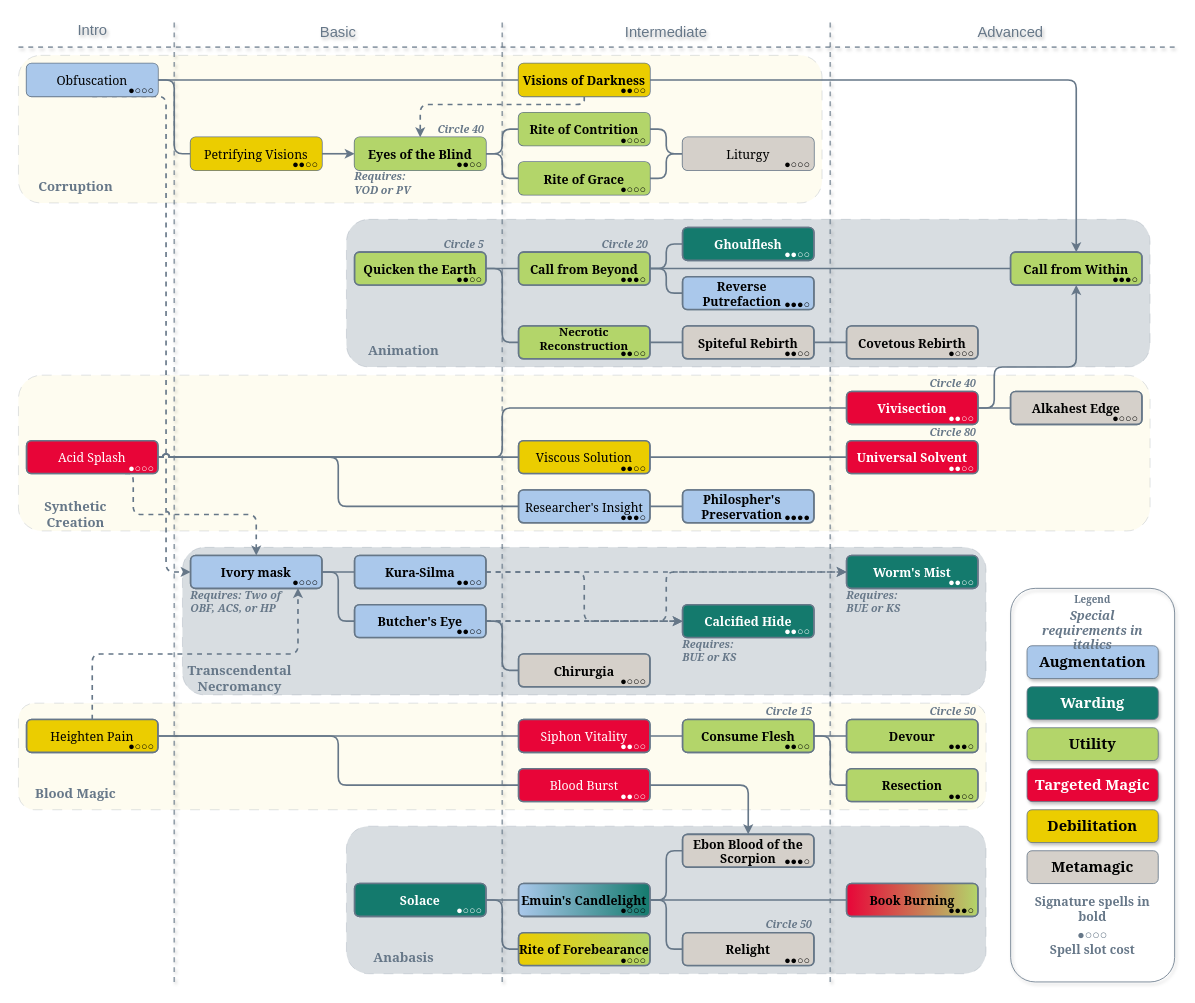
Before: Necromancer/Necromancer.drawio in MahtraDR/dr-spell-trees, a draw.io diagram. Source tidied: cells renumbered, new cells numbered last; positions are measured from the earlier drawing's top-left corner, leaving out a move shared by most shapes. Both pictures are drawn from the tidied source at 82%, with x=0, y=0 at pixel (18, 14).
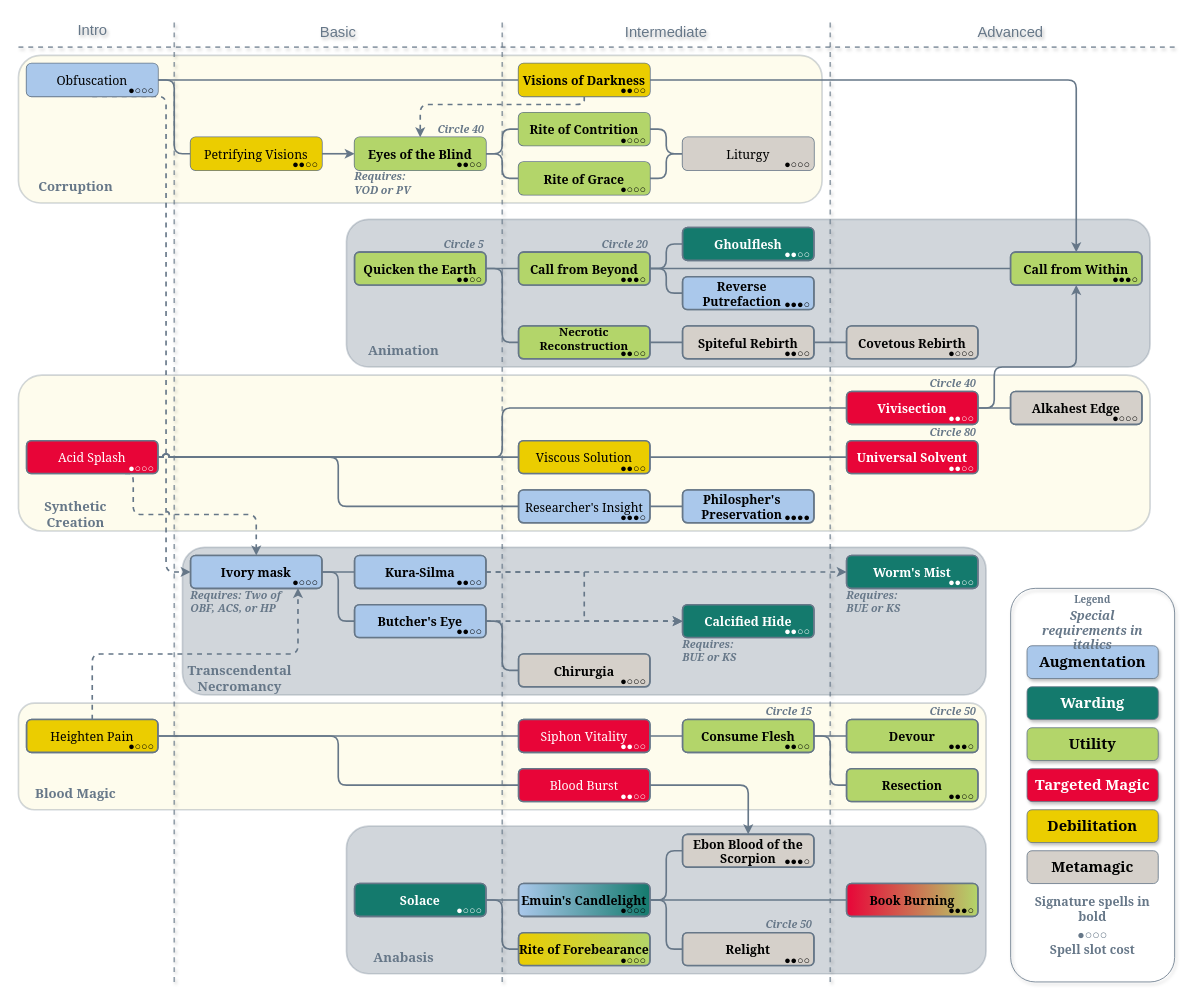
The same diagram, later.

Unchanged cells that the change refers to:
```xml
<mxCell id="53" style="rounded=1;whiteSpace=wrap;strokeWidth=2;strokeColor=#667788;textShadow=1;labelBackgroundColor=none;" parent="14" vertex="1">
  <mxGeometry x="1010" y="660" width="160" height="40" as="geometry" />
</mxCell>
<mxCell id="56" style="rounded=1;whiteSpace=wrap;strokeWidth=2;strokeColor=#667788;textShadow=1;labelBackgroundColor=none;" parent="14" vertex="1">
  <mxGeometry x="410" y="660" width="160" height="40" as="geometry" />
</mxCell>
<mxCell id="63" style="rounded=1;whiteSpace=wrap;strokeWidth=2;strokeColor=#667788;textShadow=1;labelBackgroundColor=none;" parent="14" vertex="1">
  <mxGeometry x="410" y="720" width="160" height="40" as="geometry" />
</mxCell>
<mxCell id="64" style="rounded=1;whiteSpace=wrap;strokeWidth=2;strokeColor=#667788;textShadow=1;labelBackgroundColor=none;" parent="14" vertex="1">
  <mxGeometry x="810" y="720" width="160" height="40" as="geometry" />
</mxCell>
```

The edit, as a diff of the source:
```diff
@@
-    <mxCell id="2" style="rounded=1;fontFamily=Helvetica;fontSize=11;fontColor=default;labelBackgroundColor=none;fillColor=#FCF4C4;dashed=1;dashPattern=12 12;strokeColor=#667788;opacity=25;glass=0;shadow=0;align=center;verticalAlign=middle;gradientColor=none;" parent="1" vertex="1">
+    <mxCell id="2" style="rounded=1;fontFamily=Helvetica;fontSize=11;fontColor=default;labelBackgroundColor=none;fillColor=#FCF4C4;strokeColor=#667788;opacity=30;glass=0;shadow=0;align=center;verticalAlign=middle;gradientColor=none;strokeWidth=2;" parent="1" vertex="1">
       <mxGeometry y="50" width="980" height="180" as="geometry" />
     </mxCell>
-    <mxCell id="3" style="rounded=1;fontFamily=Helvetica;fontSize=11;fontColor=default;labelBackgroundColor=none;fillColor=#667788;dashed=1;dashPattern=12 12;strokeColor=#667788;opacity=25;glass=0;shadow=0;align=center;verticalAlign=middle;gradientColor=none;" parent="1" vertex="1">
+    <mxCell id="3" style="rounded=1;fontFamily=Helvetica;fontSize=11;fontColor=default;labelBackgroundColor=none;fillColor=#667788;strokeColor=#667788;opacity=30;glass=0;shadow=0;align=center;verticalAlign=middle;gradientColor=none;strokeWidth=2;" parent="1" vertex="1">
       <mxGeometry x="400" y="250" width="980" height="180" as="geometry" />
     </mxCell>
-    <mxCell id="4" style="rounded=1;fontFamily=Helvetica;fontSize=11;fontColor=default;labelBackgroundColor=none;fillColor=#FCF4C4;dashed=1;dashPattern=12 12;strokeColor=#667788;opacity=25;glass=0;shadow=0;align=center;verticalAlign=middle;gradientColor=none;" parent="1" vertex="1">
+    <mxCell id="4" style="rounded=1;fontFamily=Helvetica;fontSize=11;fontColor=default;labelBackgroundColor=none;fillColor=#FCF4C4;strokeColor=#667788;opacity=30;glass=0;shadow=0;align=center;verticalAlign=middle;gradientColor=none;strokeWidth=2;" parent="1" vertex="1">
       <mxGeometry y="440" width="1380" height="190" as="geometry" />
     </mxCell>
-    <mxCell id="5" style="rounded=1;fontFamily=Helvetica;fontSize=11;fontColor=default;labelBackgroundColor=none;fillColor=#667788;dashed=1;dashPattern=12 12;strokeColor=#667788;opacity=25;glass=0;shadow=0;align=center;verticalAlign=middle;gradientColor=none;" parent="1" vertex="1">
+    <mxCell id="5" style="rounded=1;fontFamily=Helvetica;fontSize=11;fontColor=default;labelBackgroundColor=none;fillColor=#667788;strokeColor=#667788;opacity=30;glass=0;shadow=0;align=center;verticalAlign=middle;gradientColor=none;strokeWidth=2;" parent="1" vertex="1">
       <mxGeometry x="200" y="650" width="980" height="180" as="geometry" />
     </mxCell>
-    <mxCell id="6" style="rounded=1;fontFamily=Helvetica;fontSize=11;fontColor=default;labelBackgroundColor=none;fillColor=#FCF4C4;dashed=1;dashPattern=12 12;strokeColor=#667788;opacity=25;glass=0;shadow=0;align=center;verticalAlign=middle;gradientColor=none;" parent="1" vertex="1">
+    <mxCell id="6" style="rounded=1;fontFamily=Helvetica;fontSize=11;fontColor=default;labelBackgroundColor=none;fillColor=#FCF4C4;strokeColor=#667788;opacity=30;glass=0;shadow=0;align=center;verticalAlign=middle;gradientColor=none;strokeWidth=2;" parent="1" vertex="1">
       <mxGeometry y="840" width="1180" height="130" as="geometry" />
     </mxCell>
-    <mxCell id="7" style="rounded=1;fontFamily=Helvetica;fontSize=11;fontColor=default;labelBackgroundColor=none;fillColor=#667788;dashed=1;dashPattern=12 12;strokeColor=#667788;glass=0;perimeterSpacing=0;shadow=0;opacity=25;gradientColor=none;" parent="1" vertex="1">
+    <mxCell id="7" style="rounded=1;fontFamily=Helvetica;fontSize=11;fontColor=default;labelBackgroundColor=none;fillColor=#667788;strokeColor=#667788;glass=0;perimeterSpacing=0;shadow=0;opacity=30;gradientColor=none;strokeWidth=2;" parent="1" vertex="1">
       <mxGeometry x="400" y="990" width="780" height="180" as="geometry" />
     </mxCell>
@@
-    <mxCell id="54" style="edgeStyle=orthogonalEdgeStyle;shape=connector;curved=0;rounded=1;jumpStyle=arc;jettySize=auto;exitX=1;exitY=0.5;exitDx=0;exitDy=0;entryX=0;entryY=0.5;entryDx=0;entryDy=0;strokeColor=#667788;strokeWidth=2;align=center;verticalAlign=middle;fontFamily=Helvetica;fontSize=11;fontColor=default;labelBackgroundColor=none;endArrow=classic;dashed=1;textShadow=1;" parent="14" edge="1" source="56" target="53">
+    <mxCell id="54" style="edgeStyle=orthogonalEdgeStyle;rounded=0;jettySize=auto;html=1;exitX=1;exitY=0.5;exitDx=0;exitDy=0;strokeWidth=2;strokeColor=#667788;dashed=1;" parent="14" edge="1" source="56" target="53">
       <mxGeometry relative="1" as="geometry" />
     </mxCell>
-    <mxCell id="55" style="edgeStyle=orthogonalEdgeStyle;shape=connector;curved=0;rounded=1;jumpStyle=arc;jettySize=auto;exitX=1;exitY=0.5;exitDx=0;exitDy=0;entryX=0;entryY=0.5;entryDx=0;entryDy=0;strokeColor=#667788;strokeWidth=2;align=center;verticalAlign=middle;fontFamily=Helvetica;fontSize=11;fontColor=default;labelBackgroundColor=none;endArrow=classic;dashed=1;textShadow=1;" parent="14" edge="1" source="56" target="64">
+    <mxCell id="55" style="edgeStyle=orthogonalEdgeStyle;shape=connector;rounded=0;jettySize=auto;html=1;exitX=1;exitY=0.5;exitDx=0;exitDy=0;entryX=0;entryY=0.5;entryDx=0;entryDy=0;dashed=1;strokeColor=#667788;strokeWidth=2;align=center;verticalAlign=middle;fontFamily=Helvetica;fontSize=11;fontColor=default;labelBackgroundColor=default;endArrow=classic;curved=0;" parent="14" edge="1" source="56" target="64">
       <mxGeometry relative="1" as="geometry" />
     </mxCell>
@@
-    <mxCell id="61" style="edgeStyle=orthogonalEdgeStyle;shape=connector;curved=0;rounded=1;jumpStyle=arc;jettySize=auto;exitX=1;exitY=0.5;exitDx=0;exitDy=0;entryX=0;entryY=0.5;entryDx=0;entryDy=0;strokeColor=#667788;strokeWidth=2;align=center;verticalAlign=middle;fontFamily=Helvetica;fontSize=11;fontColor=default;labelBackgroundColor=none;endArrow=classic;dashed=1;textShadow=1;" parent="14" edge="1" source="63" target="64">
+    <mxCell id="61" style="edgeStyle=orthogonalEdgeStyle;rounded=0;jettySize=auto;html=1;exitX=1;exitY=0.5;exitDx=0;exitDy=0;entryX=0;entryY=0.5;entryDx=0;entryDy=0;strokeColor=#667788;strokeWidth=2;dashed=1;" parent="14" edge="1" source="63" target="64">
       <mxGeometry relative="1" as="geometry" />
     </mxCell>
-    <mxCell id="62" style="edgeStyle=orthogonalEdgeStyle;shape=connector;curved=0;rounded=1;jumpStyle=arc;jettySize=auto;exitX=1;exitY=0.5;exitDx=0;exitDy=0;entryX=0;entryY=0.5;entryDx=0;entryDy=0;strokeColor=#667788;strokeWidth=2;align=center;verticalAlign=middle;fontFamily=Helvetica;fontSize=11;fontColor=default;labelBackgroundColor=none;endArrow=classic;dashed=1;textShadow=1;" parent="14" edge="1" source="63" target="53">
-      <mxGeometry relative="1" as="geometry" />
-    </mxCell>
```
